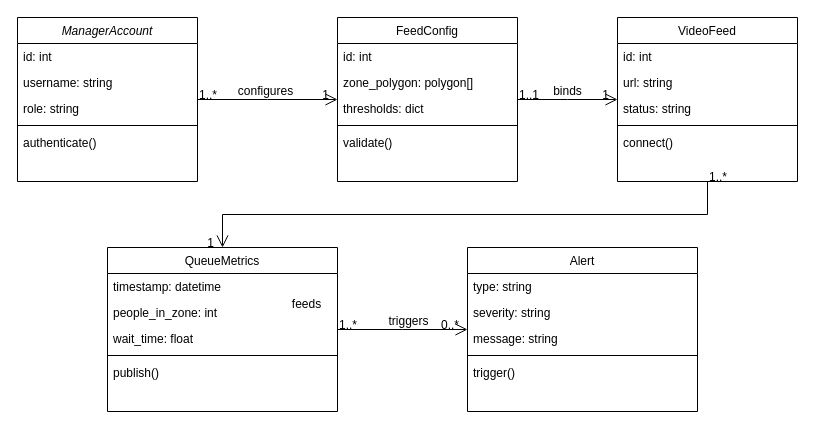
Before: report-latex/figures/drawio/optional_class_diagram.drawio in Salmen-BA21/Queue-Wait-Time-Estimation, a draw.io diagram. Source tidied: cells renumbered, new cells numbered last; positions are measured from the earlier drawing's top-left corner, leaving out a move shared by most shapes. Both pictures are drawn from the tidied source at 100%, with x=0, y=0 at pixel (17, 17).
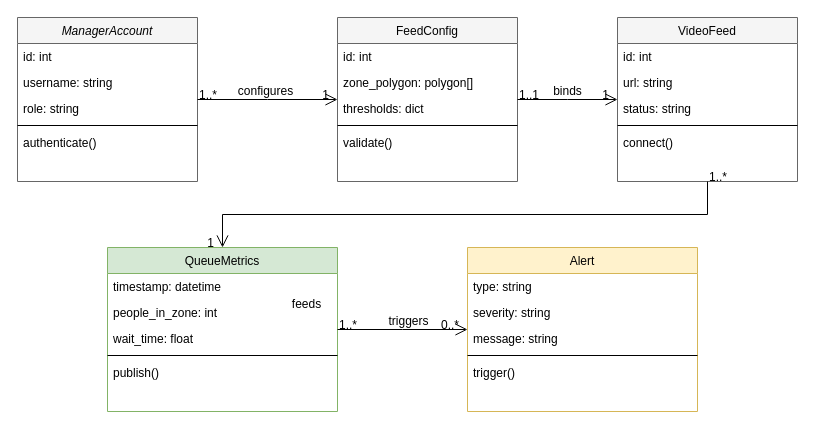
The same page after the edit.

What changed in the source:
```diff
@@
-    <mxCell id="2" value="ManagerAccount" style="swimlane;fontStyle=2;align=center;verticalAlign=top;horizontal=1;startSize=26;rounded=0;shadow=0;strokeWidth=1;" parent="1" vertex="1">
+    <mxCell id="2" value="ManagerAccount" style="swimlane;fontStyle=2;align=center;verticalAlign=top;horizontal=1;startSize=26;rounded=0;shadow=0;strokeWidth=1;fillColor=#f5f5f5;strokeColor=#666666;" parent="1" vertex="1">
       <mxGeometry width="180" height="164" as="geometry" />
     </mxCell>
@@
-    <mxCell id="8" value="FeedConfig" style="swimlane;fontStyle=0;align=center;verticalAlign=top;horizontal=1;startSize=26;rounded=0;shadow=0;strokeWidth=1;" parent="1" vertex="1">
+    <mxCell id="8" value="FeedConfig" style="swimlane;fontStyle=0;align=center;verticalAlign=top;horizontal=1;startSize=26;rounded=0;shadow=0;strokeWidth=1;fillColor=#f5f5f5;strokeColor=#666666;" parent="1" vertex="1">
       <mxGeometry x="320" width="180" height="164" as="geometry" />
     </mxCell>
@@
-    <mxCell id="14" value="VideoFeed" style="swimlane;fontStyle=0;align=center;verticalAlign=top;horizontal=1;startSize=26;rounded=0;shadow=0;strokeWidth=1;" parent="1" vertex="1">
+    <mxCell id="14" value="VideoFeed" style="swimlane;fontStyle=0;align=center;verticalAlign=top;horizontal=1;startSize=26;rounded=0;shadow=0;strokeWidth=1;fillColor=#f5f5f5;strokeColor=#666666;" parent="1" vertex="1">
       <mxGeometry x="600" width="180" height="164" as="geometry" />
     </mxCell>
@@
-    <mxCell id="20" value="QueueMetrics" style="swimlane;fontStyle=0;align=center;verticalAlign=top;horizontal=1;startSize=26;rounded=0;shadow=0;strokeWidth=1;" parent="1" vertex="1">
+    <mxCell id="20" value="QueueMetrics" style="swimlane;fontStyle=0;align=center;verticalAlign=top;horizontal=1;startSize=26;rounded=0;shadow=0;strokeWidth=1;fillColor=#d5e8d4;strokeColor=#82b366;" parent="1" vertex="1">
       <mxGeometry x="90" y="230" width="230" height="164" as="geometry" />
     </mxCell>
@@
-    <mxCell id="26" value="Alert" style="swimlane;fontStyle=0;align=center;verticalAlign=top;horizontal=1;startSize=26;rounded=0;shadow=0;strokeWidth=1;" parent="1" vertex="1">
+    <mxCell id="26" value="Alert" style="swimlane;fontStyle=0;align=center;verticalAlign=top;horizontal=1;startSize=26;rounded=0;shadow=0;strokeWidth=1;fillColor=#fff2cc;strokeColor=#d6b656;" parent="1" vertex="1">
       <mxGeometry x="450" y="230" width="230" height="164" as="geometry" />
     </mxCell>
```
